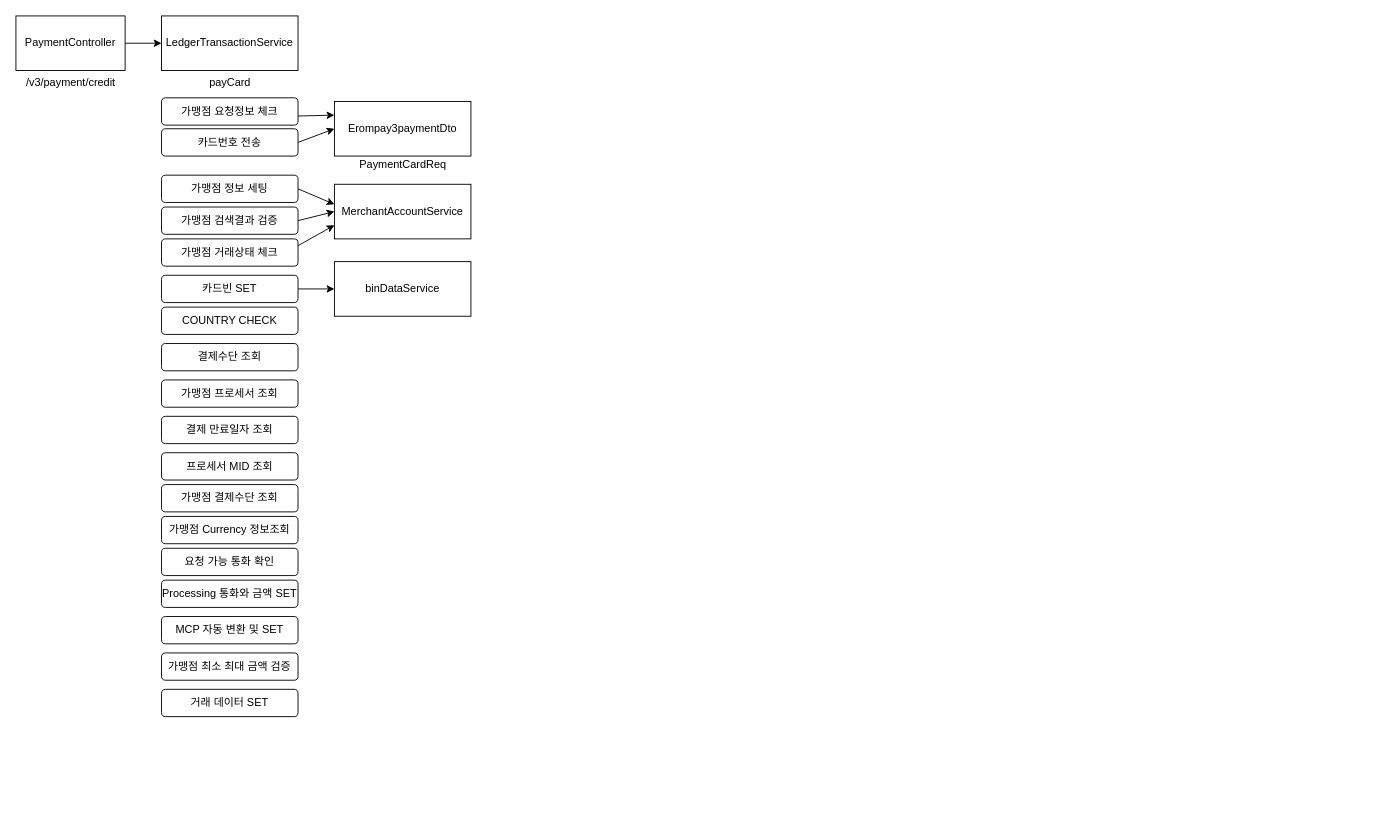
Above: 제목 없는 다이어그램.drawio in wijoonwu/wijoonwu (draw.io), before the change. Source tidied: cells renumbered, new cells numbered last; positions are measured from the earlier drawing's top-left corner, leaving out a move shared by most shapes. Both pictures are drawn from the tidied source at 91%, with x=0, y=0 at pixel (15, 15).
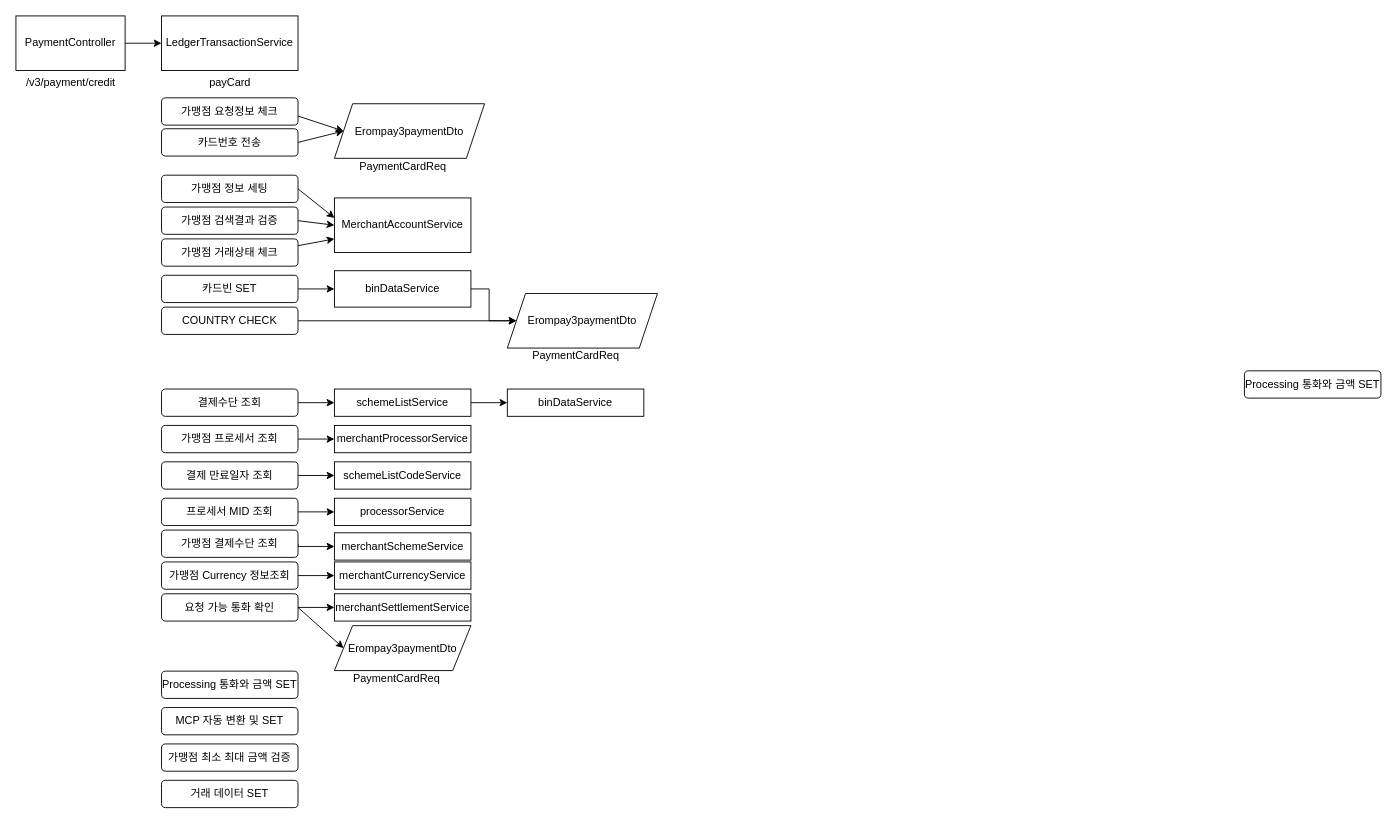
After the change.

Commit message (it also covers changes not shown here):
제목 없는 다이어그램.drawio 업데이트

Unchanged cells that the change refers to:
```xml
<mxCell id="8" value="카드번호 전송" style="rounded=1;whiteSpace=wrap;html=1;fontSize=12;" parent="1" vertex="1">
  <mxGeometry x="160" y="124" width="150" height="30" as="geometry" />
</mxCell>
<mxCell id="11" value="COUNTRY CHECK" style="rounded=1;whiteSpace=wrap;html=1;fontSize=12;" parent="1" vertex="1">
  <mxGeometry x="160" y="320" width="150" height="30" as="geometry" />
</mxCell>
```

Change to the diagram source:
```diff
@@
+    <mxCell id="35" style="edgeStyle=orthogonalEdgeStyle;rounded=0;jettySize=auto;html=1;exitX=1;exitY=0.5;exitDx=0;exitDy=0;fontSize=12;" parent="1" edge="1" source="11" target="56">
+      <mxGeometry relative="1" as="geometry" />
+    </mxCell>
@@
-    <mxCell id="12" value="Erompay3paymentDto" style="rounded=0;whiteSpace=wrap;html=1;fontSize=12;" parent="1" vertex="1">
-      <mxGeometry x="350" y="94" width="150" height="60" as="geometry" />
-    </mxCell>
-    <mxCell id="13" style="endArrow=classic;html=1;rounded=0;fontSize=12;entryX=0;entryY=0.25;entryDx=0;entryDy=0;" parent="1" edge="1" target="12">
+    <mxCell id="13" style="endArrow=classic;html=1;rounded=0;fontSize=12;entryX=0;entryY=0.5;entryDx=0;entryDy=0;" parent="1" edge="1" target="53">
       <mxGeometry relative="1" as="geometry">
         <mxPoint x="310" y="110" as="sourcePoint" />
       </mxGeometry>
     </mxCell>
-    <mxCell id="14" style="endArrow=classic;html=1;rounded=0;fontSize=12;exitX=1;exitY=0.5;exitDx=0;exitDy=0;entryX=0;entryY=0.5;entryDx=0;entryDy=0;" parent="1" edge="1" source="8" target="12">
+    <mxCell id="14" style="endArrow=classic;html=1;rounded=0;fontSize=12;exitX=1;exitY=0.5;exitDx=0;exitDy=0;entryX=0;entryY=0.5;entryDx=0;entryDy=0;" parent="1" edge="1" source="8" target="53">
       <mxGeometry relative="1" as="geometry" />
     </mxCell>
-    <mxCell id="15" value="&lt;span style=&quot;font-weight: normal;&quot;&gt;&lt;font style=&quot;font-size: 12px;&quot;&gt;PaymentCardReq&lt;/font&gt;&lt;/span&gt;" style="text;strokeColor=none;fillColor=none;html=1;fontSize=24;fontStyle=1;verticalAlign=middle;align=center;" parent="1" vertex="1">
-      <mxGeometry x="375" y="140" width="100" height="40" as="geometry" />
-    </mxCell>
@@
     <mxCell id="19" value="MerchantAccountService" style="rounded=0;whiteSpace=wrap;html=1;fontSize=12;" parent="1" vertex="1">
-      <mxGeometry x="350" y="185" width="150" height="60" as="geometry" />
+      <mxGeometry x="350" y="200" width="150" height="60" as="geometry" />
     </mxCell>
@@
+    <mxCell id="36" style="edgeStyle=orthogonalEdgeStyle;rounded=0;jettySize=auto;html=1;exitX=1;exitY=0.5;exitDx=0;exitDy=0;entryX=0;entryY=0.5;entryDx=0;entryDy=0;fontSize=12;" parent="1" edge="1" source="23" target="56">
+      <mxGeometry relative="1" as="geometry" />
+    </mxCell>
     <mxCell id="23" value="binDataService" style="whiteSpace=wrap;html=1;fontSize=12;" parent="1" vertex="1">
-      <mxGeometry x="350" y="270" width="150" height="60" as="geometry" />
+      <mxGeometry x="350" y="280" width="150" height="40" as="geometry" />
     </mxCell>
+    <mxCell id="37" style="edgeStyle=orthogonalEdgeStyle;rounded=0;jettySize=auto;html=1;exitX=1;exitY=0.5;exitDx=0;exitDy=0;entryX=0;entryY=0.5;entryDx=0;entryDy=0;fontSize=12;" parent="1" edge="1" source="24" target="45">
+      <mxGeometry relative="1" as="geometry" />
+    </mxCell>
     <mxCell id="24" value="결제수단 조회" style="rounded=1;whiteSpace=wrap;html=1;fontSize=12;" parent="1" vertex="1">
-      <mxGeometry x="160" y="360" width="150" height="30" as="geometry" />
+      <mxGeometry x="160" y="410" width="150" height="30" as="geometry" />
     </mxCell>
+    <mxCell id="38" style="edgeStyle=orthogonalEdgeStyle;rounded=0;jettySize=auto;html=1;exitX=1;exitY=0.5;exitDx=0;exitDy=0;entryX=0;entryY=0.5;entryDx=0;entryDy=0;fontSize=12;" parent="1" edge="1" source="25" target="46">
+      <mxGeometry relative="1" as="geometry" />
+    </mxCell>
     <mxCell id="25" value="가맹점 프로세서 조회" style="rounded=1;whiteSpace=wrap;html=1;fontSize=12;" parent="1" vertex="1">
-      <mxGeometry x="160" y="400" width="150" height="30" as="geometry" />
+      <mxGeometry x="160" y="450" width="150" height="30" as="geometry" />
     </mxCell>
+    <mxCell id="39" style="edgeStyle=orthogonalEdgeStyle;rounded=0;jettySize=auto;html=1;exitX=1;exitY=0.5;exitDx=0;exitDy=0;entryX=0;entryY=0.5;entryDx=0;entryDy=0;fontSize=12;" parent="1" edge="1" source="26" target="47">
+      <mxGeometry relative="1" as="geometry" />
+    </mxCell>
     <mxCell id="26" value="결제 만료일자 조회" style="rounded=1;whiteSpace=wrap;html=1;fontSize=12;" parent="1" vertex="1">
-      <mxGeometry x="160" y="440" width="150" height="30" as="geometry" />
+      <mxGeometry x="160" y="490" width="150" height="30" as="geometry" />
     </mxCell>
+    <mxCell id="40" style="edgeStyle=orthogonalEdgeStyle;rounded=0;jettySize=auto;html=1;exitX=1;exitY=0.5;exitDx=0;exitDy=0;entryX=0;entryY=0.5;entryDx=0;entryDy=0;fontSize=12;" parent="1" edge="1" source="27" target="48">
+      <mxGeometry relative="1" as="geometry" />
+    </mxCell>
     <mxCell id="27" value="프로세서 MID 조회" style="rounded=1;whiteSpace=wrap;html=1;fontSize=12;" parent="1" vertex="1">
-      <mxGeometry x="160" y="480" width="150" height="30" as="geometry" />
+      <mxGeometry x="160" y="530" width="150" height="30" as="geometry" />
     </mxCell>
+    <mxCell id="41" style="edgeStyle=orthogonalEdgeStyle;rounded=0;jettySize=auto;html=1;exitX=1;exitY=0.5;exitDx=0;exitDy=0;entryX=0;entryY=0.5;entryDx=0;entryDy=0;fontSize=12;" parent="1" edge="1" source="28" target="49">
+      <mxGeometry relative="1" as="geometry">
+        <Array as="points">
+          <mxPoint x="310" y="583" />
+        </Array>
+      </mxGeometry>
+    </mxCell>
     <mxCell id="28" value="가맹점 결제수단 조회" style="rounded=1;whiteSpace=wrap;html=1;fontSize=12;" parent="1" vertex="1">
-      <mxGeometry x="160" y="515" width="150" height="30" as="geometry" />
+      <mxGeometry x="160" y="565" width="150" height="30" as="geometry" />
     </mxCell>
+    <mxCell id="42" style="edgeStyle=orthogonalEdgeStyle;rounded=0;jettySize=auto;html=1;exitX=1;exitY=0.5;exitDx=0;exitDy=0;fontSize=12;" parent="1" edge="1" source="29" target="50">
+      <mxGeometry relative="1" as="geometry" />
+    </mxCell>
     <mxCell id="29" value="가맹점 Currency 정보조회" style="rounded=1;whiteSpace=wrap;html=1;fontSize=12;" parent="1" vertex="1">
-      <mxGeometry x="160" y="550" width="150" height="30" as="geometry" />
+      <mxGeometry x="160" y="600" width="150" height="30" as="geometry" />
     </mxCell>
+    <mxCell id="43" style="edgeStyle=orthogonalEdgeStyle;rounded=0;jettySize=auto;html=1;exitX=1;exitY=0.5;exitDx=0;exitDy=0;entryX=0;entryY=0.5;entryDx=0;entryDy=0;fontSize=12;" parent="1" edge="1" source="30" target="51">
+      <mxGeometry relative="1" as="geometry" />
+    </mxCell>
     <mxCell id="30" value="요청 가능 통화 확인" style="rounded=1;whiteSpace=wrap;html=1;fontSize=12;" parent="1" vertex="1">
-      <mxGeometry x="160" y="585" width="150" height="30" as="geometry" />
+      <mxGeometry x="160" y="635" width="150" height="30" as="geometry" />
     </mxCell>
     <mxCell id="31" value="Processing 통화와 금액 SET" style="rounded=1;whiteSpace=wrap;html=1;fontSize=12;" parent="1" vertex="1">
-      <mxGeometry x="160" y="620" width="150" height="30" as="geometry" />
+      <mxGeometry x="160" y="720" width="150" height="30" as="geometry" />
     </mxCell>
     <mxCell id="32" value="MCP 자동 변환 및 SET" style="rounded=1;whiteSpace=wrap;html=1;fontSize=12;" parent="1" vertex="1">
-      <mxGeometry x="160" y="660" width="150" height="30" as="geometry" />
+      <mxGeometry x="160" y="760" width="150" height="30" as="geometry" />
     </mxCell>
     <mxCell id="33" value="가맹점 최소 최대 금액 검증" style="rounded=1;whiteSpace=wrap;html=1;fontSize=12;" parent="1" vertex="1">
-      <mxGeometry x="160" y="700" width="150" height="30" as="geometry" />
+      <mxGeometry x="160" y="800" width="150" height="30" as="geometry" />
     </mxCell>
     <mxCell id="34" value="거래 데이터 SET" style="rounded=1;whiteSpace=wrap;html=1;fontSize=12;" parent="1" vertex="1">
-      <mxGeometry x="160" y="740" width="150" height="30" as="geometry" />
+      <mxGeometry x="160" y="840" width="150" height="30" as="geometry" />
     </mxCell>
+    <mxCell id="44" style="edgeStyle=orthogonalEdgeStyle;rounded=0;jettySize=auto;html=1;exitX=1;exitY=0.5;exitDx=0;exitDy=0;entryX=0;entryY=0.5;entryDx=0;entryDy=0;fontSize=12;" parent="1" edge="1" source="45" target="57">
+      <mxGeometry relative="1" as="geometry" />
+    </mxCell>
+    <mxCell id="45" value="schemeListService" style="whiteSpace=wrap;html=1;fontSize=12;" parent="1" vertex="1">
+      <mxGeometry x="350" y="410" width="150" height="30" as="geometry" />
+    </mxCell>
+    <mxCell id="46" value="merchantProcessorService" style="whiteSpace=wrap;html=1;fontSize=12;" parent="1" vertex="1">
+      <mxGeometry x="350" y="450" width="150" height="30" as="geometry" />
+    </mxCell>
+    <mxCell id="47" value="schemeListCodeService" style="whiteSpace=wrap;html=1;fontSize=12;" parent="1" vertex="1">
+      <mxGeometry x="350" y="490" width="150" height="30" as="geometry" />
+    </mxCell>
+    <mxCell id="48" value="processorService" style="whiteSpace=wrap;html=1;fontSize=12;" parent="1" vertex="1">
+      <mxGeometry x="350" y="530" width="150" height="30" as="geometry" />
+    </mxCell>
+    <mxCell id="49" value="merchantSchemeService" style="whiteSpace=wrap;html=1;fontSize=12;" parent="1" vertex="1">
+      <mxGeometry x="350" y="568" width="150" height="30" as="geometry" />
+    </mxCell>
+    <mxCell id="50" value="merchantCurrencyService" style="whiteSpace=wrap;html=1;fontSize=12;" parent="1" vertex="1">
+      <mxGeometry x="350" y="600" width="150" height="30" as="geometry" />
+    </mxCell>
+    <mxCell id="51" value="merchantSettlementService" style="whiteSpace=wrap;html=1;fontSize=12;" parent="1" vertex="1">
+      <mxGeometry x="350" y="635" width="150" height="30" as="geometry" />
+    </mxCell>
+    <mxCell id="52" style="group;" parent="1" vertex="1">
+      <mxGeometry x="350" y="96.5" width="165" height="85" as="geometry" />
+    </mxCell>
+    <mxCell id="15" value="&lt;span style=&quot;font-weight: normal;&quot;&gt;&lt;font style=&quot;font-size: 12px;&quot;&gt;PaymentCardReq&lt;/font&gt;&lt;/span&gt;" style="text;strokeColor=none;fillColor=none;html=1;fontSize=24;fontStyle=1;verticalAlign=middle;align=center;" parent="52" vertex="1">
+      <mxGeometry x="25" y="45" width="100" height="40" as="geometry" />
+    </mxCell>
+    <mxCell id="53" value="Erompay3paymentDto" style="shape=parallelogram;perimeter=parallelogramPerimeter;whiteSpace=wrap;html=1;fixedSize=1;fontSize=12;" parent="52" vertex="1">
+      <mxGeometry width="165" height="60" as="geometry" />
+    </mxCell>
+    <mxCell id="54" style="group;" parent="1" vertex="1">
+      <mxGeometry x="540" y="305" width="165" height="85" as="geometry" />
+    </mxCell>
+    <mxCell id="55" value="&lt;span style=&quot;font-weight: normal;&quot;&gt;&lt;font style=&quot;font-size: 12px;&quot;&gt;PaymentCardReq&lt;/font&gt;&lt;/span&gt;" style="text;strokeColor=none;fillColor=none;html=1;fontSize=24;fontStyle=1;verticalAlign=middle;align=center;" parent="54" vertex="1">
+      <mxGeometry x="25" y="45" width="100" height="40" as="geometry" />
+    </mxCell>
+    <mxCell id="56" value="Erompay3paymentDto" style="shape=parallelogram;perimeter=parallelogramPerimeter;whiteSpace=wrap;html=1;fixedSize=1;fontSize=12;" parent="54" vertex="1">
+      <mxGeometry width="165" height="60" as="geometry" />
+    </mxCell>
+    <mxCell id="57" value="binDataService" style="whiteSpace=wrap;html=1;fontSize=12;" parent="1" vertex="1">
+      <mxGeometry x="540" y="410" width="150" height="30" as="geometry" />
+    </mxCell>
+    <mxCell id="58" value="Processing 통화와 금액 SET" style="rounded=1;whiteSpace=wrap;html=1;fontSize=12;" parent="1" vertex="1">
+      <mxGeometry x="1350" y="390" width="150" height="30" as="geometry" />
+    </mxCell>
+    <mxCell id="59" style="group;" parent="1" vertex="1">
+      <mxGeometry x="350" y="670" width="150" height="70" as="geometry" />
+    </mxCell>
+    <mxCell id="60" value="&lt;span style=&quot;font-weight: normal;&quot;&gt;&lt;font style=&quot;font-size: 12px;&quot;&gt;PaymentCardReq&lt;/font&gt;&lt;/span&gt;" style="text;strokeColor=none;fillColor=none;html=1;fontSize=24;fontStyle=1;verticalAlign=middle;align=center;" parent="59" vertex="1">
+      <mxGeometry x="22.7" y="37.1" width="90.9" height="32.9" as="geometry" />
+    </mxCell>
+    <mxCell id="61" value="Erompay3paymentDto" style="shape=parallelogram;perimeter=parallelogramPerimeter;whiteSpace=wrap;html=1;fixedSize=1;fontSize=12;" parent="59" vertex="1">
+      <mxGeometry width="150" height="49.4" as="geometry" />
+    </mxCell>
+    <mxCell id="62" style="endArrow=classic;html=1;rounded=0;fontSize=12;entryX=0;entryY=0.5;entryDx=0;entryDy=0;" parent="1" edge="1" target="61">
+      <mxGeometry relative="1" as="geometry">
+        <mxPoint x="310" y="650" as="sourcePoint" />
+      </mxGeometry>
+    </mxCell>
```
